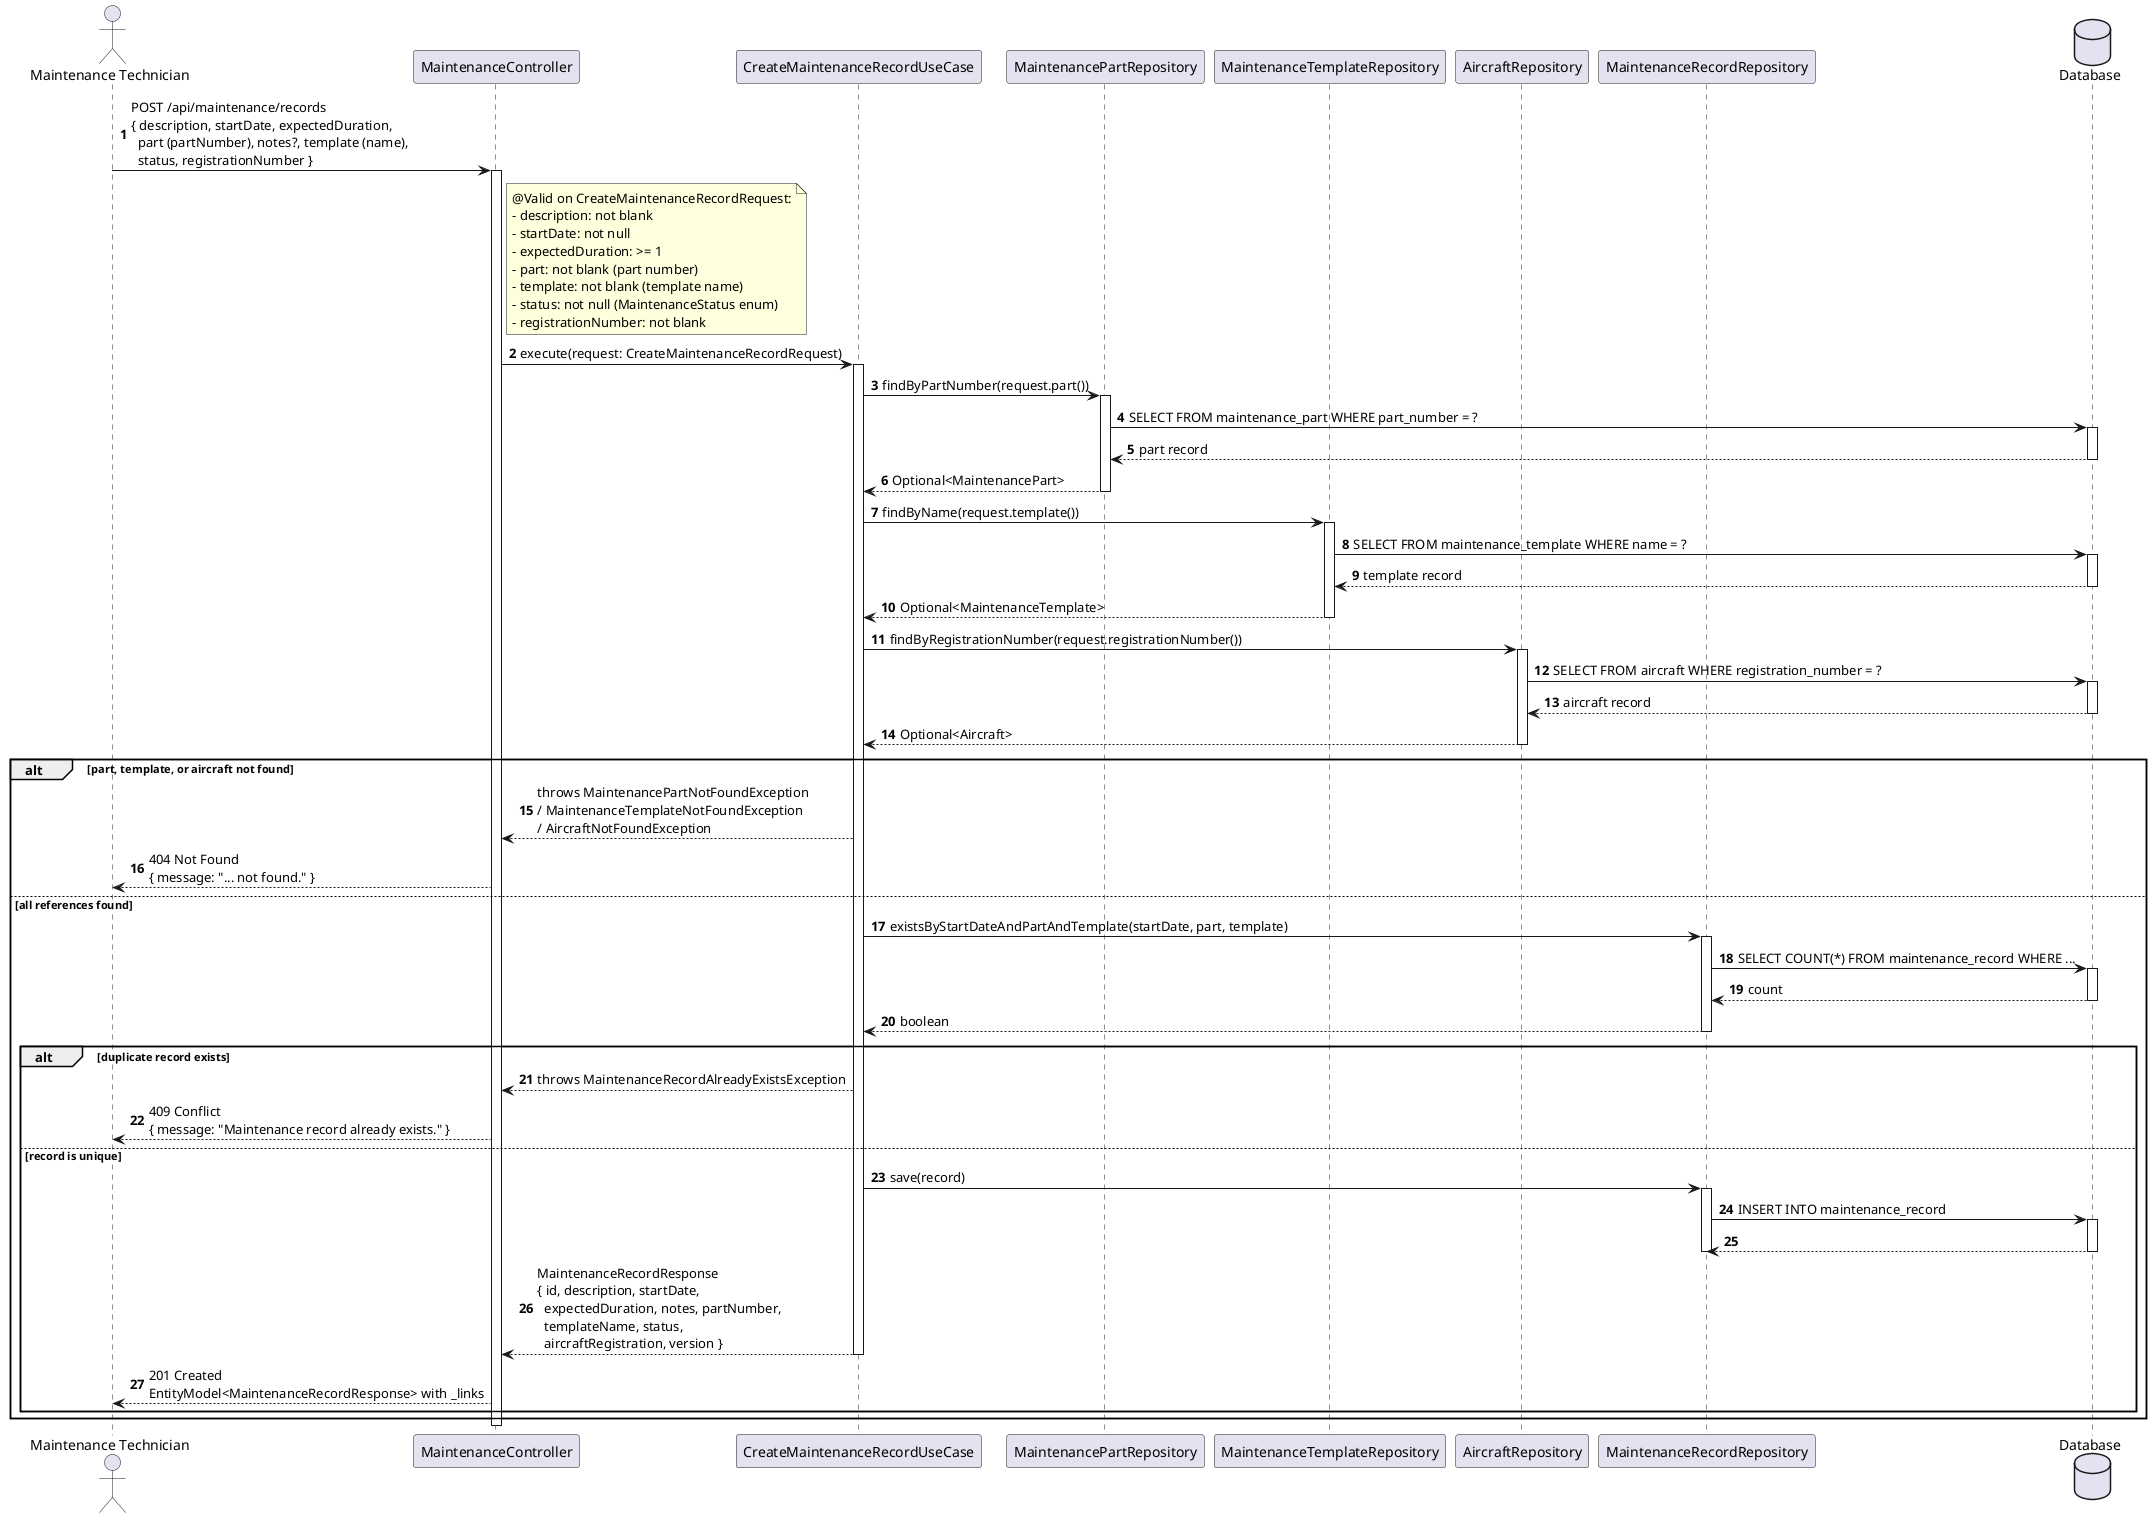
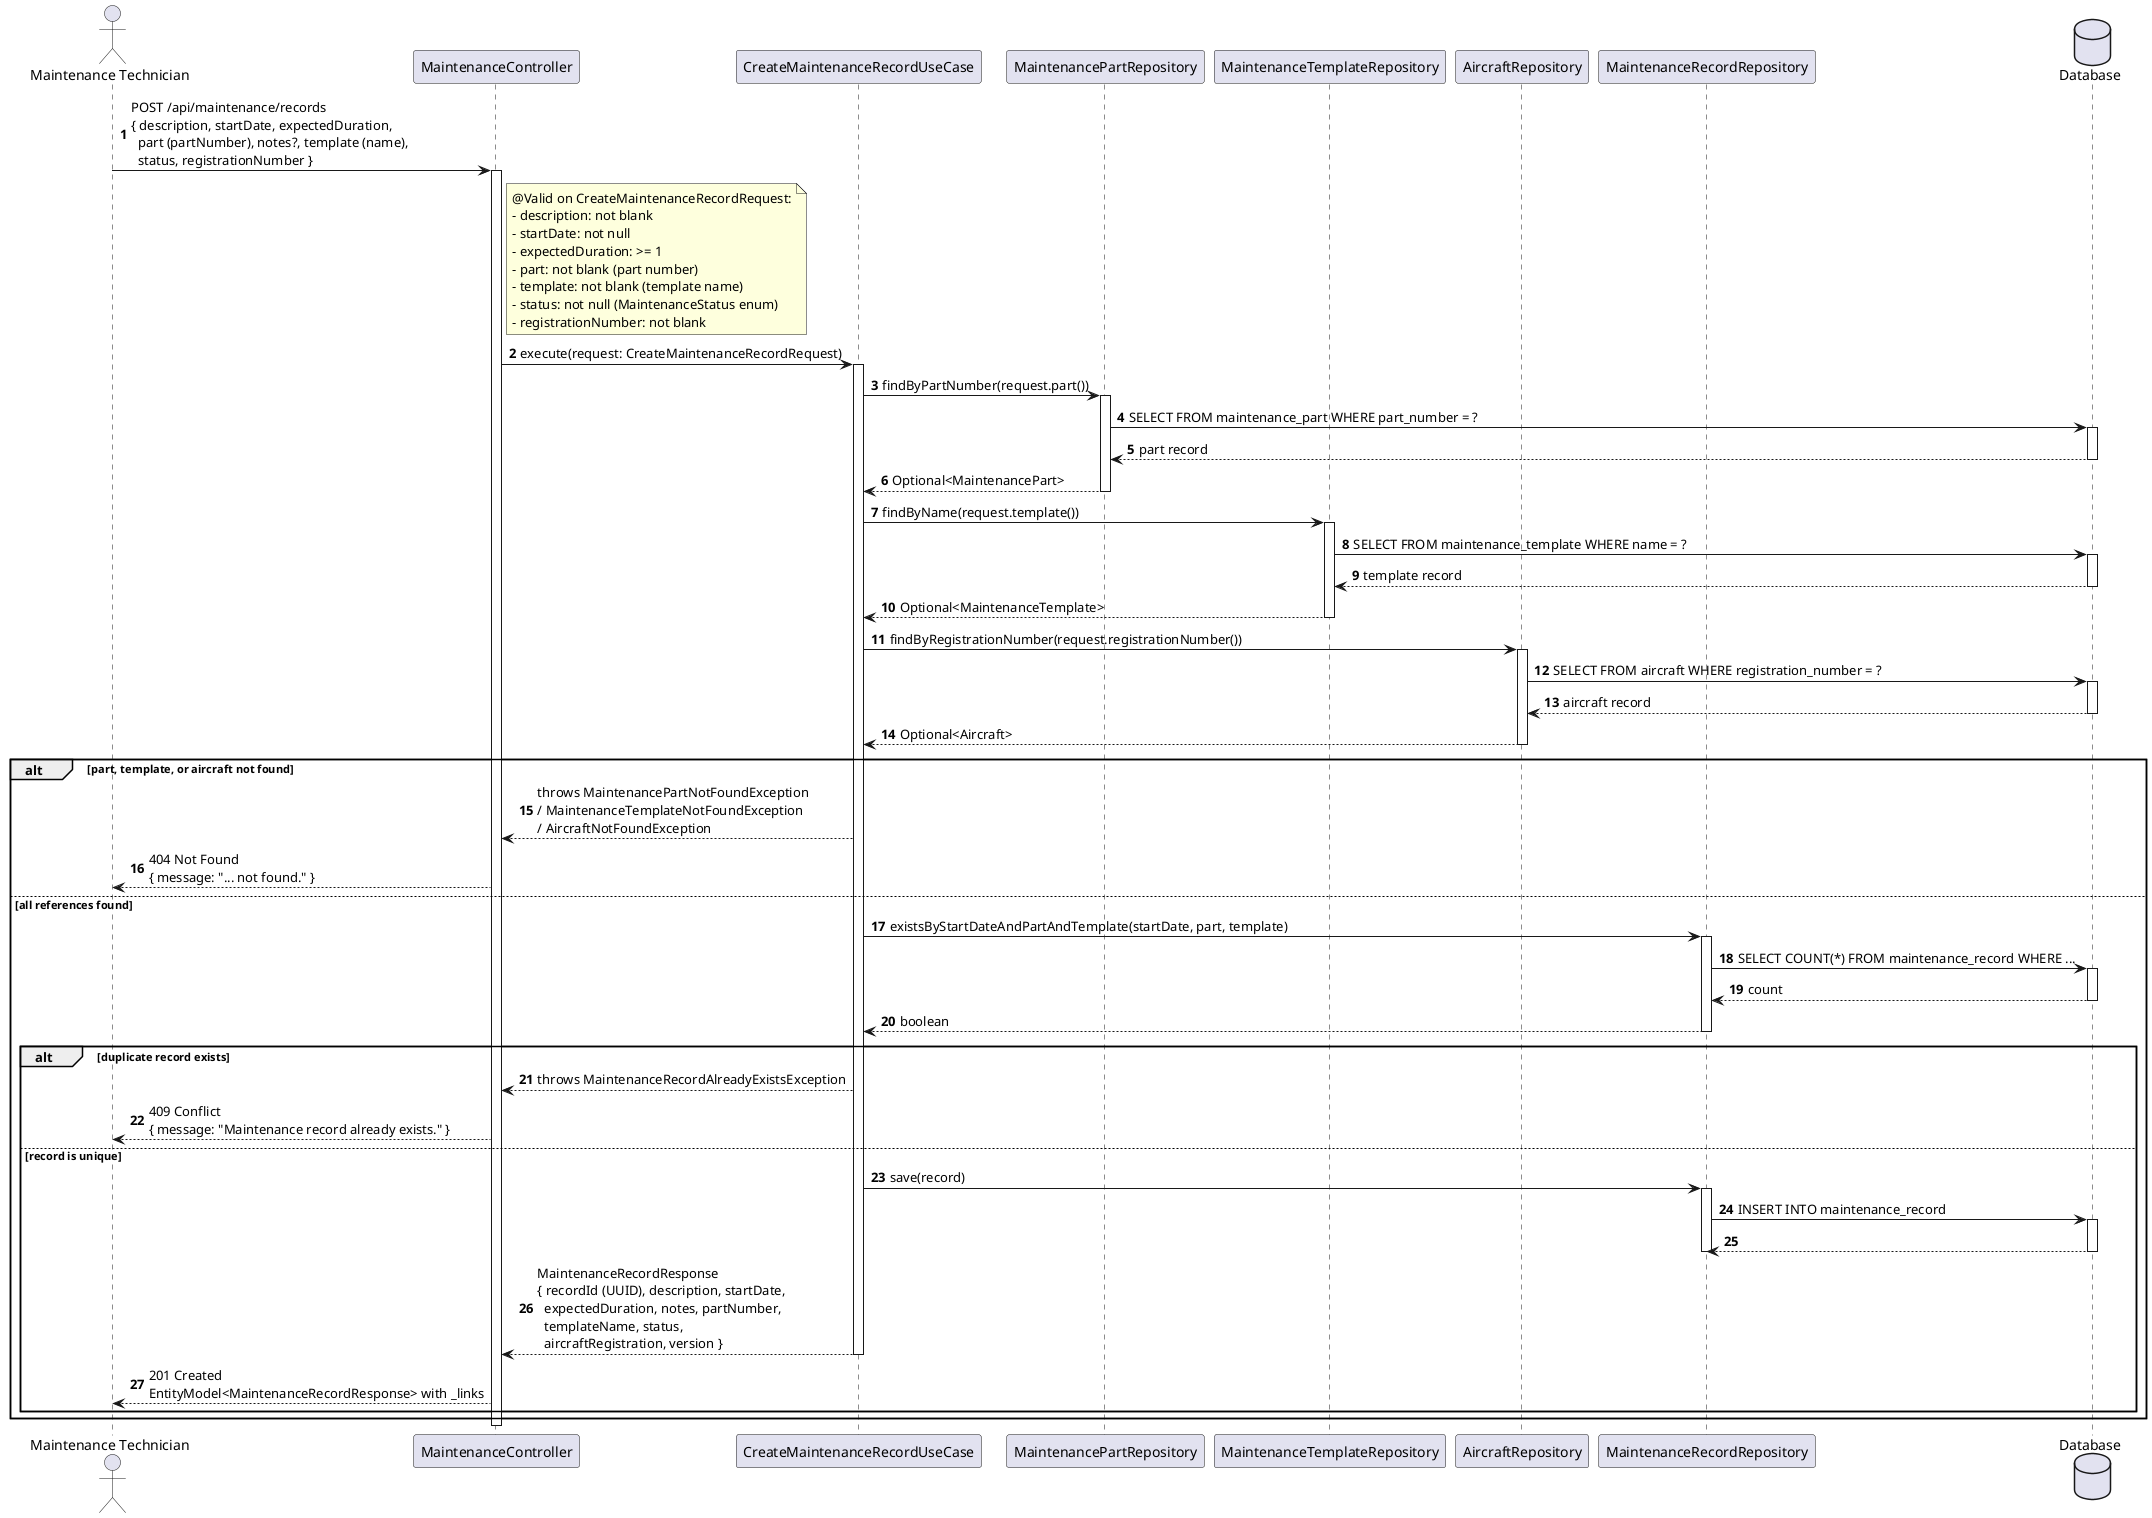
@startuml
autonumber
actor "Maintenance Technician" as MT
participant "MaintenanceController" as Ctrl
participant "CreateMaintenanceRecordUseCase" as UC
participant "MaintenancePartRepository" as PartRepo
participant "MaintenanceTemplateRepository" as TemplateRepo
participant "AircraftRepository" as AircraftRepo
participant "MaintenanceRecordRepository" as Repo
database "Database" as DB

MT -> Ctrl : POST /api/maintenance/records\n{ description, startDate, expectedDuration,\n  part (partNumber), notes?, template (name),\n  status, registrationNumber }
activate Ctrl

note right of Ctrl
  @Valid on CreateMaintenanceRecordRequest:
  - description: not blank
  - startDate: not null
  - expectedDuration: >= 1
  - part: not blank (part number)
  - template: not blank (template name)
  - status: not null (MaintenanceStatus enum)
  - registrationNumber: not blank
end note

Ctrl -> UC : execute(request: CreateMaintenanceRecordRequest)
activate UC

UC -> PartRepo : findByPartNumber(request.part())
activate PartRepo
PartRepo -> DB : SELECT FROM maintenance_part WHERE part_number = ?
activate DB
DB --> PartRepo : part record
deactivate DB
PartRepo --> UC : Optional<MaintenancePart>
deactivate PartRepo

UC -> TemplateRepo : findByName(request.template())
activate TemplateRepo
TemplateRepo -> DB : SELECT FROM maintenance_template WHERE name = ?
activate DB
DB --> TemplateRepo : template record
deactivate DB
TemplateRepo --> UC : Optional<MaintenanceTemplate>
deactivate TemplateRepo

UC -> AircraftRepo : findByRegistrationNumber(request.registrationNumber())
activate AircraftRepo
AircraftRepo -> DB : SELECT FROM aircraft WHERE registration_number = ?
activate DB
DB --> AircraftRepo : aircraft record
deactivate DB
AircraftRepo --> UC : Optional<Aircraft>
deactivate AircraftRepo

alt part, template, or aircraft not found
  UC --> Ctrl : throws MaintenancePartNotFoundException\n/ MaintenanceTemplateNotFoundException\n/ AircraftNotFoundException
  Ctrl --> MT : 404 Not Found\n{ message: "... not found." }
else all references found
  UC -> Repo : existsByStartDateAndPartAndTemplate(startDate, part, template)
  activate Repo
  Repo -> DB : SELECT COUNT(*) FROM maintenance_record WHERE ...
  activate DB
  DB --> Repo : count
  deactivate DB
  Repo --> UC : boolean
  deactivate Repo

  alt duplicate record exists
    UC --> Ctrl : throws MaintenanceRecordAlreadyExistsException
    Ctrl --> MT : 409 Conflict\n{ message: "Maintenance record already exists." }
  else record is unique
    UC -> Repo : save(record)
    activate Repo
    Repo -> DB : INSERT INTO maintenance_record
    activate DB
    DB --> Repo
    deactivate DB
    deactivate Repo

-     UC --> Ctrl : MaintenanceRecordResponse\n{ id, description, startDate,\n  expectedDuration, notes, partNumber,\n  templateName, status,\n  aircraftRegistration, version }
+     UC --> Ctrl : MaintenanceRecordResponse\n{ recordId (UUID), description, startDate,\n  expectedDuration, notes, partNumber,\n  templateName, status,\n  aircraftRegistration, version }
    deactivate UC
    Ctrl --> MT : 201 Created\nEntityModel<MaintenanceRecordResponse> with _links
  end
end

deactivate Ctrl
@enduml
